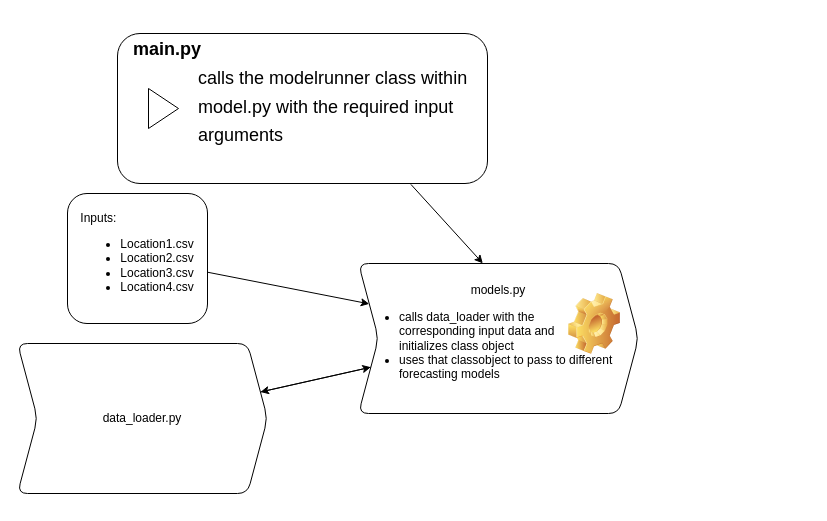
This is architecture.drawio from DTUWindEducation/final-project-windgpt, a draw.io file, before an edit. Source tidied: cells renumbered, new cells numbered last; positions are measured from the earlier drawing's top-left corner, leaving out a move shared by most shapes. Both pictures are drawn from the tidied source at 100%, with x=0, y=0 at pixel (17, 33).
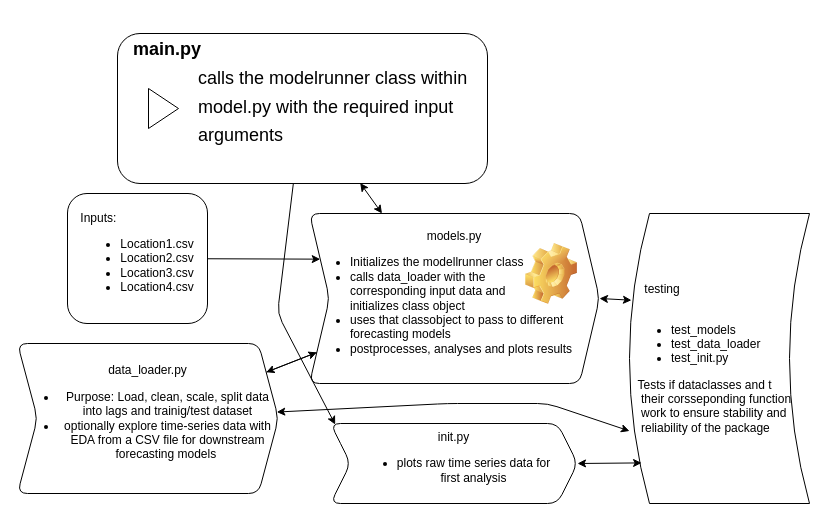
The same diagram, later.

Commit message (it also covers changes not shown here):
added drawing for real this time, detailed description of architecture etc.

Unchanged cells that the change refers to:
```xml
<mxCell id="5" value="&lt;h1 style=&quot;text-align: left;&quot;&gt;&lt;font style=&quot;font-size: 18px;&quot;&gt;&amp;nbsp; &amp;nbsp;main.py&lt;br&gt;&lt;/font&gt;&lt;font style=&quot;background-color: transparent; font-weight: normal; font-size: 18px;&quot;&gt;&lt;span style=&quot;white-space: pre;&quot;&gt;&#9;&lt;/span&gt;&lt;span style=&quot;white-space: pre;&quot;&gt;&#9;&lt;/span&gt;calls the modelrunner class within &lt;span style=&quot;white-space: pre;&quot;&gt;&#9;&lt;/span&gt;&lt;span style=&quot;white-space: pre;&quot;&gt;&#9;&lt;/span&gt;model.py with the required input &lt;span style=&quot;white-space: pre;&quot;&gt;&#9;&lt;/span&gt;&lt;span style=&quot;white-space: pre;&quot;&gt;&#9;&lt;/span&gt;arguments&amp;nbsp;&lt;/font&gt;&lt;span style=&quot;background-color: transparent; font-size: 12px; font-weight: normal;&quot;&gt;&amp;nbsp; &amp;nbsp; &amp;nbsp;&amp;nbsp;&lt;/span&gt;&lt;/h1&gt;&lt;div style=&quot;text-align: left;&quot;&gt;&lt;font style=&quot;font-size: 18px;&quot;&gt;&lt;br&gt;&lt;/font&gt;&lt;/div&gt;&lt;div style=&quot;text-align: left;&quot;&gt;&lt;br&gt;&lt;/div&gt;" style="rounded=1;whiteSpace=wrap;html=1;shadow=0;" parent="1" vertex="1">
  <mxGeometry x="100" width="370" height="150" as="geometry" />
</mxCell>
```

The edit, as a diff of the source:
```diff
@@
-<mxGraphModel>
+<mxGraphModel background="#FFFFFF">
@@
-    <mxCell id="3" value="models.py&lt;div&gt;&lt;ul&gt;&lt;li style=&quot;text-align: left;&quot;&gt;calls data_loader with the &lt;br&gt;corresponding input data and&lt;br&gt;initializes class object&lt;/li&gt;&lt;li style=&quot;text-align: left;&quot;&gt;uses that classobject to pass to different forecasting models&lt;/li&gt;&lt;/ul&gt;&lt;/div&gt;" style="shape=step;perimeter=stepPerimeter;whiteSpace=wrap;html=1;fixedSize=1;rounded=1;" parent="1" vertex="1">
-      <mxGeometry x="341" y="230" width="280" height="150" as="geometry" />
+    <mxCell id="3" value="models.py&lt;div&gt;&lt;ul&gt;&lt;li style=&quot;text-align: left;&quot;&gt;Initializes the modellrunner class&lt;/li&gt;&lt;li style=&quot;text-align: left;&quot;&gt;calls data_loader with the &lt;br&gt;corresponding input data and&lt;br&gt;initializes class object&lt;/li&gt;&lt;li style=&quot;text-align: left;&quot;&gt;uses that classobject to pass to different forecasting models&lt;/li&gt;&lt;li style=&quot;text-align: left;&quot;&gt;postprocesses, analyses and plots results&lt;/li&gt;&lt;/ul&gt;&lt;/div&gt;" style="shape=step;perimeter=stepPerimeter;whiteSpace=wrap;html=1;fixedSize=1;rounded=1;" parent="1" vertex="1">
+      <mxGeometry x="292" y="180" width="290" height="170" as="geometry" />
     </mxCell>
-    <mxCell id="4" style="edgeStyle=none;html=1;exitX=0.793;exitY=1.006;exitDx=0;exitDy=0;exitPerimeter=0;entryX=0.444;entryY=-0.001;entryDx=0;entryDy=0;entryPerimeter=0;" parent="1" edge="1" source="5" target="3">
-      <mxGeometry relative="1" as="geometry" />
-    </mxCell>
+    <mxCell id="12" style="edgeStyle=none;html=1;entryX=0.019;entryY=0.013;entryDx=0;entryDy=0;entryPerimeter=0;" parent="1" edge="1" source="5" target="13">
+      <mxGeometry relative="1" as="geometry">
+        <Array as="points">
+          <mxPoint x="260" y="280" />
+        </Array>
+      </mxGeometry>
+    </mxCell>
@@
-    <mxCell id="9" value="data_loader.py" style="shape=step;perimeter=stepPerimeter;whiteSpace=wrap;html=1;fixedSize=1;rounded=1;" parent="1" vertex="1">
-      <mxGeometry y="310" width="250" height="150" as="geometry" />
+    <mxCell id="9" value="&lt;font face=&quot;Helvetica&quot;&gt;data_loader.py&lt;/font&gt;&lt;div&gt;&lt;ul&gt;&lt;li&gt;&lt;font face=&quot;Helvetica&quot;&gt;Purpose:&amp;nbsp;&lt;span style=&quot;caret-color: rgb(0, 0, 0); color: rgb(0, 0, 0); text-align: start;&quot;&gt;&lt;font style=&quot;font-size: 12px;&quot;&gt;Load, clean, scale, split data into lags and trainig/test dataset&lt;/font&gt;&lt;/span&gt;&lt;/font&gt;&lt;/li&gt;&lt;li&gt;&lt;font face=&quot;Helvetica&quot;&gt;&lt;span style=&quot;caret-color: rgb(0, 0, 0); color: rgb(0, 0, 0); text-align: start;&quot;&gt;&lt;font style=&quot;font-size: 12px;&quot;&gt;optionally explore time‐series data with EDA from a CSV file for downstream forecasting models&lt;/font&gt;&lt;/span&gt;&amp;nbsp;&lt;/font&gt;&lt;/li&gt;&lt;/ul&gt;&lt;/div&gt;" style="shape=step;perimeter=stepPerimeter;whiteSpace=wrap;html=1;fixedSize=1;rounded=1;" parent="1" vertex="1">
+      <mxGeometry y="310" width="261" height="150" as="geometry" />
     </mxCell>
     <mxCell id="10" style="shape=image;html=1;verticalLabelPosition=bottom;verticalAlign=top;imageAspect=1;image=img/clipart/Gear_128x128.png;" parent="1" vertex="1">
-      <mxGeometry x="551" y="260" width="52" height="61" as="geometry" />
+      <mxGeometry x="508" y="210" width="52" height="61" as="geometry" />
     </mxCell>
@@
+    <mxCell id="13" value="init.py&lt;div&gt;&lt;ul&gt;&lt;li&gt;plots raw time series data for&lt;br&gt;first analysis&lt;/li&gt;&lt;/ul&gt;&lt;/div&gt;" style="shape=step;perimeter=stepPerimeter;whiteSpace=wrap;html=1;fixedSize=1;rounded=1;" parent="1" vertex="1">
+      <mxGeometry x="313" y="390" width="247" height="80" as="geometry" />
+    </mxCell>
+    <mxCell id="14" style="endArrow=classic;startArrow=classic;html=1;entryX=0.656;entryY=0.997;entryDx=0;entryDy=0;entryPerimeter=0;exitX=0.25;exitY=0;exitDx=0;exitDy=0;" parent="1" edge="1" source="3" target="5">
+      <mxGeometry relative="1" as="geometry" />
+    </mxCell>
+    <mxCell id="15" value="&amp;nbsp; &amp;nbsp; testing&lt;div&gt;&lt;br&gt;&lt;/div&gt;&lt;div&gt;&lt;ul&gt;&lt;li&gt;test_models&lt;/li&gt;&lt;li&gt;test_data_loader&lt;/li&gt;&lt;li&gt;test_init.py&lt;/li&gt;&lt;/ul&gt;&lt;div&gt;&amp;nbsp; Tests if dataclasses and t&lt;br&gt;&amp;nbsp; &amp;nbsp;their corsseponding function&amp;nbsp;&lt;br&gt;&amp;nbsp; &amp;nbsp;work to ensure stability and&amp;nbsp;&lt;br&gt;&amp;nbsp; &amp;nbsp;reliability of the package&lt;/div&gt;&lt;/div&gt;" style="shape=dataStorage;whiteSpace=wrap;html=1;fixedSize=1;align=left;" parent="1" vertex="1">
+      <mxGeometry x="612" y="180" width="180" height="290" as="geometry" />
+    </mxCell>
+    <mxCell id="16" style="endArrow=classic;startArrow=classic;html=1;entryX=0;entryY=0.75;entryDx=0;entryDy=0;" parent="1" edge="1" source="9" target="15">
+      <mxGeometry relative="1" as="geometry">
+        <Array as="points">
+          <mxPoint x="430" y="370" />
+          <mxPoint x="530" y="370" />
+        </Array>
+      </mxGeometry>
+    </mxCell>
+    <mxCell id="17" style="endArrow=classic;startArrow=classic;html=1;exitX=1;exitY=0.5;exitDx=0;exitDy=0;entryX=0.067;entryY=0.86;entryDx=0;entryDy=0;entryPerimeter=0;" parent="1" edge="1" source="13" target="15">
+      <mxGeometry relative="1" as="geometry" />
+    </mxCell>
+    <mxCell id="18" style="endArrow=classic;startArrow=classic;html=1;exitX=1;exitY=0.5;exitDx=0;exitDy=0;entryX=0.011;entryY=0.299;entryDx=0;entryDy=0;entryPerimeter=0;" parent="1" edge="1" source="3" target="15">
+      <mxGeometry relative="1" as="geometry" />
+    </mxCell>
```
